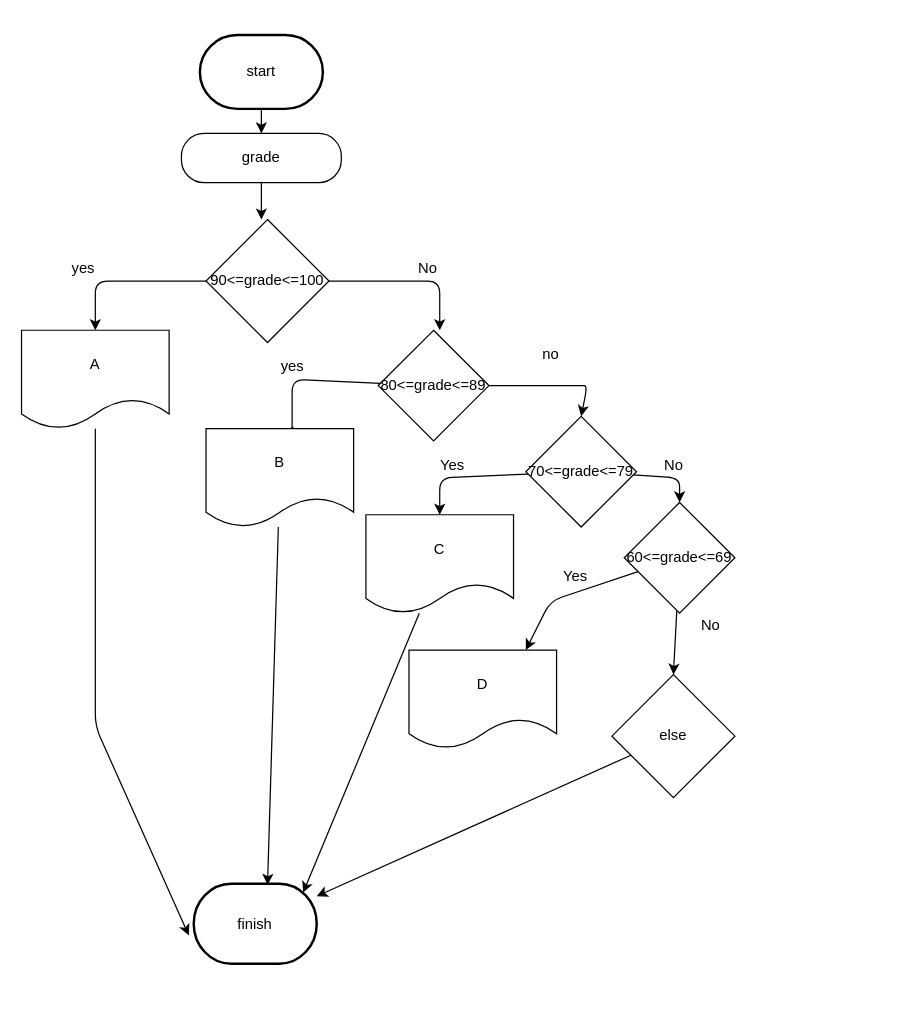
The draw.io diagram stage/02_conditional/9498.drawio in Gyeongrok-Oh/boj, before the edit. Source tidied: cells renumbered, new cells numbered last; positions are measured from the earlier drawing's top-left corner, leaving out a move shared by most shapes. Both pictures are drawn from the tidied source at 123%, with x=0, y=0 at pixel (21, 34).
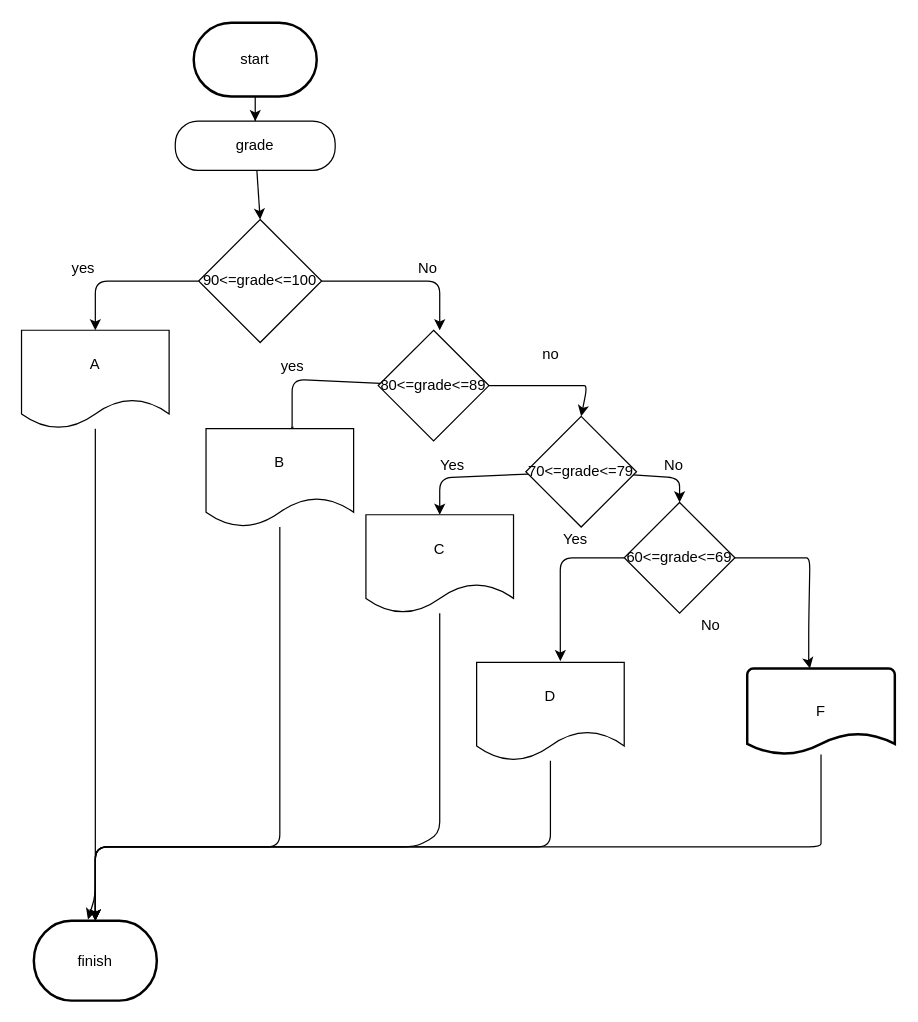
The same page after the edit.

The change refers to these unchanged cells:
```xml
<mxCell id="12" value="A" style="shape=document;whiteSpace=wrap;html=1;boundedLbl=1;" parent="1" vertex="1">
  <mxGeometry y="240" width="120" height="80" as="geometry" />
</mxCell>
<mxCell id="20" value="B" style="shape=document;whiteSpace=wrap;html=1;boundedLbl=1;" parent="1" vertex="1">
  <mxGeometry x="150" y="320" width="120" height="80" as="geometry" />
</mxCell>
<mxCell id="25" value="C" style="shape=document;whiteSpace=wrap;html=1;boundedLbl=1;" parent="1" vertex="1">
  <mxGeometry x="280" y="390" width="120" height="80" as="geometry" />
</mxCell>
<mxCell id="28" value="60&amp;lt;=grade&amp;lt;=69" style="rhombus;whiteSpace=wrap;html=1;" parent="1" vertex="1">
  <mxGeometry x="490" y="380" width="90" height="90" as="geometry" />
</mxCell>
```

Change to the diagram source:
```diff
@@
     <mxCell id="3" value="start" style="strokeWidth=2;html=1;shape=mxgraph.flowchart.terminator;whiteSpace=wrap;" parent="1" vertex="1">
-      <mxGeometry x="145" width="100" height="60" as="geometry" />
+      <mxGeometry x="140" y="-10" width="100" height="60" as="geometry" />
     </mxCell>
-    <mxCell id="4" style="edgeStyle=orthogonalEdgeStyle;rounded=0;jettySize=auto;html=1;" parent="1" edge="1" source="5">
-      <mxGeometry relative="1" as="geometry">
-        <mxPoint x="195" y="150" as="targetPoint" />
-        <Array as="points">
-          <mxPoint x="195" y="140" />
-          <mxPoint x="195" y="140" />
-        </Array>
-      </mxGeometry>
-    </mxCell>
+    <mxCell id="37" style="edgeStyle=none;html=1;entryX=0.5;entryY=0;entryDx=0;entryDy=0;" parent="1" edge="1" source="5" target="10">
+      <mxGeometry relative="1" as="geometry" />
+    </mxCell>
     <mxCell id="5" value="grade" style="rounded=1;whiteSpace=wrap;html=1;arcSize=46;" parent="1" vertex="1">
-      <mxGeometry x="130" y="80" width="130" height="40" as="geometry" />
+      <mxGeometry x="125" y="70" width="130" height="40" as="geometry" />
     </mxCell>
@@
     <mxCell id="7" value="finish" style="strokeWidth=2;html=1;shape=mxgraph.flowchart.terminator;whiteSpace=wrap;" parent="1" vertex="1">
-      <mxGeometry x="140" y="690" width="100" height="65" as="geometry" />
+      <mxGeometry x="10" y="720" width="100" height="65" as="geometry" />
     </mxCell>
@@
     <mxCell id="10" value="90&amp;lt;=grade&amp;lt;=100" style="rhombus;whiteSpace=wrap;html=1;" parent="1" vertex="1">
-      <mxGeometry x="150" y="150" width="100" height="100" as="geometry" />
+      <mxGeometry x="144" y="150" width="100" height="100" as="geometry" />
     </mxCell>
-    <mxCell id="11" style="edgeStyle=none;html=1;entryX=-0.04;entryY=0.646;entryDx=0;entryDy=0;entryPerimeter=0;" parent="1" edge="1" source="12" target="7">
-      <mxGeometry relative="1" as="geometry">
-        <Array as="points">
-          <mxPoint x="60" y="562" />
-        </Array>
-      </mxGeometry>
+    <mxCell id="11" style="edgeStyle=none;html=1;entryX=0.5;entryY=0;entryDx=0;entryDy=0;entryPerimeter=0;" parent="1" edge="1" source="12" target="7">
+      <mxGeometry relative="1" as="geometry" />
     </mxCell>
@@
-    <mxCell id="19" style="edgeStyle=none;html=1;entryX=0.6;entryY=0.015;entryDx=0;entryDy=0;entryPerimeter=0;" parent="1" edge="1" source="20" target="7">
-      <mxGeometry relative="1" as="geometry" />
-    </mxCell>
+    <mxCell id="38" style="edgeStyle=none;html=1;" parent="1" edge="1" source="20">
+      <mxGeometry relative="1" as="geometry">
+        <mxPoint x="60" y="720" as="targetPoint" />
+        <Array as="points">
+          <mxPoint x="210" y="660" />
+          <mxPoint x="60" y="660" />
+        </Array>
+      </mxGeometry>
+    </mxCell>
@@
-    <mxCell id="24" style="edgeStyle=none;html=1;entryX=0.89;entryY=0.11;entryDx=0;entryDy=0;entryPerimeter=0;" parent="1" edge="1" source="25" target="7">
-      <mxGeometry relative="1" as="geometry" />
+    <mxCell id="24" style="edgeStyle=none;html=1;entryX=0.5;entryY=0;entryDx=0;entryDy=0;entryPerimeter=0;" parent="1" edge="1" source="25" target="7">
+      <mxGeometry relative="1" as="geometry">
+        <Array as="points">
+          <mxPoint x="340" y="650" />
+          <mxPoint x="320" y="660" />
+          <mxPoint x="60" y="660" />
+        </Array>
+      </mxGeometry>
     </mxCell>
@@
-    <mxCell id="26" style="edgeStyle=none;html=1;" parent="1" edge="1" source="28">
-      <mxGeometry relative="1" as="geometry">
-        <mxPoint x="410" y="500" as="targetPoint" />
-        <Array as="points">
-          <mxPoint x="430" y="460" />
-        </Array>
-      </mxGeometry>
-    </mxCell>
-    <mxCell id="27" style="edgeStyle=none;html=1;entryX=0.5;entryY=0;entryDx=0;entryDy=0;" parent="1" edge="1" source="28" target="31">
-      <mxGeometry relative="1" as="geometry" />
-    </mxCell>
+    <mxCell id="39" style="edgeStyle=none;html=1;entryX=0.567;entryY=-0.012;entryDx=0;entryDy=0;entryPerimeter=0;" parent="1" edge="1" source="28" target="29">
+      <mxGeometry relative="1" as="geometry">
+        <Array as="points">
+          <mxPoint x="438" y="425" />
+        </Array>
+      </mxGeometry>
+    </mxCell>
+    <mxCell id="40" style="edgeStyle=none;html=1;entryX=0.425;entryY=0;entryDx=0;entryDy=0;entryPerimeter=0;" parent="1" edge="1" source="28" target="43">
+      <mxGeometry relative="1" as="geometry">
+        <Array as="points">
+          <mxPoint x="630" y="425" />
+          <mxPoint x="641" y="425" />
+          <mxPoint x="640" y="480" />
+          <mxPoint x="640" y="500" />
+          <mxPoint x="640" y="510" />
+        </Array>
+      </mxGeometry>
+    </mxCell>
@@
+    <mxCell id="41" style="edgeStyle=none;html=1;" parent="1" edge="1" source="29">
+      <mxGeometry relative="1" as="geometry">
+        <mxPoint x="60" y="720" as="targetPoint" />
+        <Array as="points">
+          <mxPoint x="430" y="660" />
+          <mxPoint x="60" y="660" />
+        </Array>
+      </mxGeometry>
+    </mxCell>
     <mxCell id="29" value="D" style="shape=document;whiteSpace=wrap;html=1;boundedLbl=1;" parent="1" vertex="1">
-      <mxGeometry x="315" y="500" width="120" height="80" as="geometry" />
+      <mxGeometry x="370" y="510" width="120" height="80" as="geometry" />
     </mxCell>
-    <mxCell id="30" style="edgeStyle=none;html=1;" parent="1" edge="1" source="31" target="7">
-      <mxGeometry relative="1" as="geometry" />
-    </mxCell>
-    <mxCell id="31" value="else" style="rhombus;whiteSpace=wrap;html=1;" parent="1" vertex="1">
-      <mxGeometry x="480" y="520" width="100" height="100" as="geometry" />
-    </mxCell>
@@
     <mxCell id="34" value="Yes" style="text;html=1;align=center;verticalAlign=middle;strokeColor=none;fillColor=none;" parent="1" vertex="1">
-      <mxGeometry x="430" y="430" width="40" height="20" as="geometry" />
+      <mxGeometry x="430" y="400" width="40" height="20" as="geometry" />
     </mxCell>
@@
+    <mxCell id="42" style="edgeStyle=none;html=1;entryX=0.44;entryY=-0.015;entryDx=0;entryDy=0;entryPerimeter=0;" parent="1" edge="1" source="43" target="7">
+      <mxGeometry relative="1" as="geometry">
+        <Array as="points">
+          <mxPoint x="650" y="650" />
+          <mxPoint x="650" y="660" />
+          <mxPoint x="430" y="660" />
+          <mxPoint x="60" y="660" />
+          <mxPoint x="60" y="700" />
+        </Array>
+      </mxGeometry>
+    </mxCell>
+    <mxCell id="43" value="F" style="strokeWidth=2;html=1;shape=mxgraph.flowchart.document2;whiteSpace=wrap;size=0.25;" parent="1" vertex="1">
+      <mxGeometry x="590" y="515" width="120" height="70" as="geometry" />
+    </mxCell>
```
